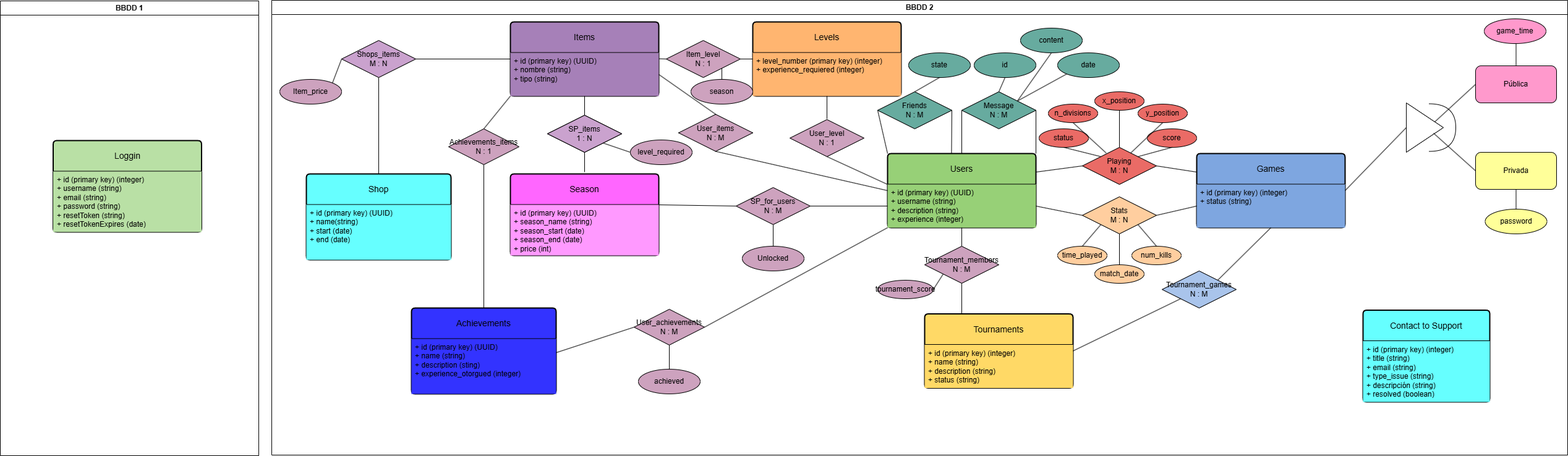
The draw.io diagram BBDD-proyecto-software.drawio.png in seergiioo2311/backend, before a commit. Source tidied: cells renumbered, new cells last; positions are measured from the earlier drawing's top-left corner, leaving out a move shared by most shapes.
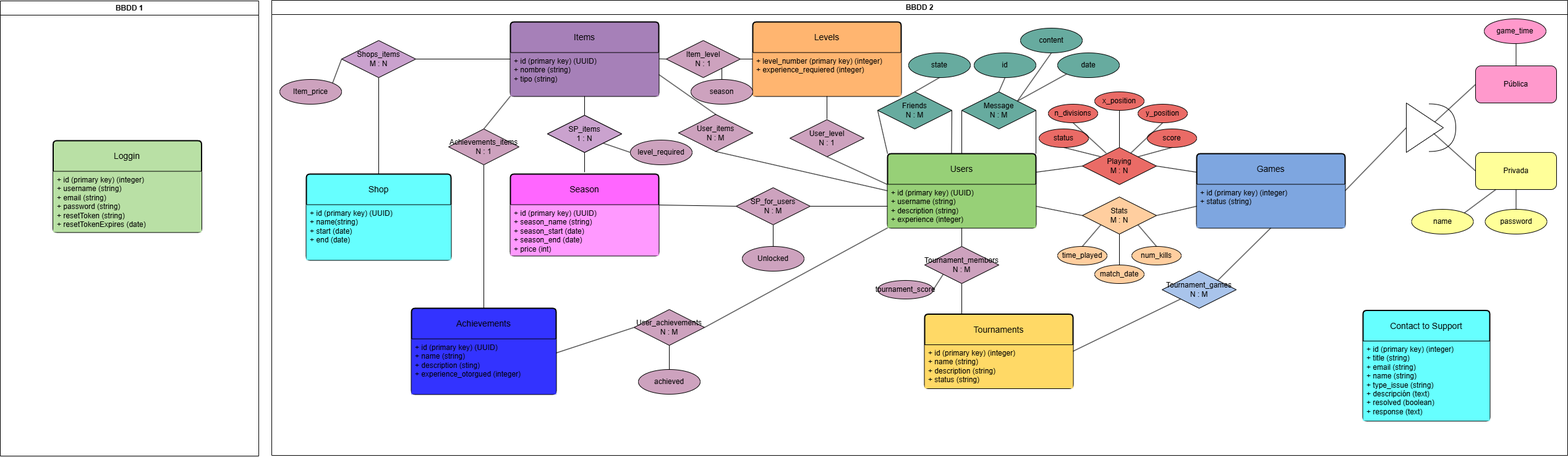
Later version of the same file.

Change to the diagram source:
```diff
@@ -337,11 +337,17 @@
       <mxGeometry relative="1" as="geometry" />
     </mxCell>
     <mxCell id="110" value="Contact to Support" style="swimlane;horizontal=1;startSize=50;rounded=1;fontSize=14;fontStyle=0;strokeWidth=2;shadow=0;dashed=0;align=center;arcSize=4;whiteSpace=wrap;html=1;fillColor=light-dark(#66FFFF,#66FFFF);" parent="2" vertex="1">
-      <mxGeometry x="1765" y="501.5" width="205" height="148.5" as="geometry" />
+      <mxGeometry x="1765" y="501.5" width="205" height="178.5" as="geometry" />
     </mxCell>
-    <mxCell id="111" value="+ id (primary key) (integer)&lt;div&gt;+ title (string)&lt;/div&gt;&lt;div&gt;+ email (string)&lt;/div&gt;&lt;div&gt;+ type_issue (string)&lt;/div&gt;&lt;div&gt;+ descripción (string)&lt;/div&gt;&lt;div&gt;+ resolved (boolean)&lt;/div&gt;&lt;div&gt;&lt;br&gt;&lt;/div&gt;" style="align=left;strokeColor=none;fillColor=light-dark(#66FFFF,#66FFFF);spacingLeft=4;spacingRight=4;fontSize=12;verticalAlign=top;html=1;whiteSpace=wrap;" parent="110" vertex="1">
-      <mxGeometry y="50" width="205" height="98.5" as="geometry" />
+    <mxCell id="111" value="+ id (primary key) (integer)&lt;div&gt;+ title (string)&lt;/div&gt;&lt;div&gt;+ email (string)&lt;/div&gt;&lt;div&gt;+ name (string)&lt;/div&gt;&lt;div&gt;+ type_issue (string)&lt;/div&gt;&lt;div&gt;+ descripción (text)&lt;/div&gt;&lt;div&gt;+ resolved (boolean)&lt;/div&gt;&lt;div&gt;+ response (text)&lt;/div&gt;&lt;div&gt;&lt;br&gt;&lt;/div&gt;" style="align=left;strokeColor=none;fillColor=light-dark(#66FFFF,#66FFFF);spacingLeft=4;spacingRight=4;fontSize=12;verticalAlign=top;html=1;whiteSpace=wrap;" parent="110" vertex="1">
+      <mxGeometry y="50" width="205" height="128.5" as="geometry" />
     </mxCell>
+    <mxCell id="115" value="name" style="ellipse;whiteSpace=wrap;html=1;align=center;fillColor=light-dark(#FFFF99,var(--ge-dark-color, #121212));" parent="2" vertex="1">
+      <mxGeometry x="1843.5" y="338" width="100" height="40" as="geometry" />
+    </mxCell>
+    <mxCell id="116" style="endArrow=none;html=1;rounded=0;entryX=0.25;entryY=1;entryDx=0;entryDy=0;exitX=1;exitY=0;exitDx=0;exitDy=0;" parent="2" edge="1" source="115" target="45">
+      <mxGeometry relative="1" as="geometry" />
+    </mxCell>
     <mxCell id="112" value="BBDD 1" style="swimlane;whiteSpace=wrap;html=1;" parent="1" vertex="1">
       <mxGeometry y="1" width="418" height="736" as="geometry" />
     </mxCell>
```
